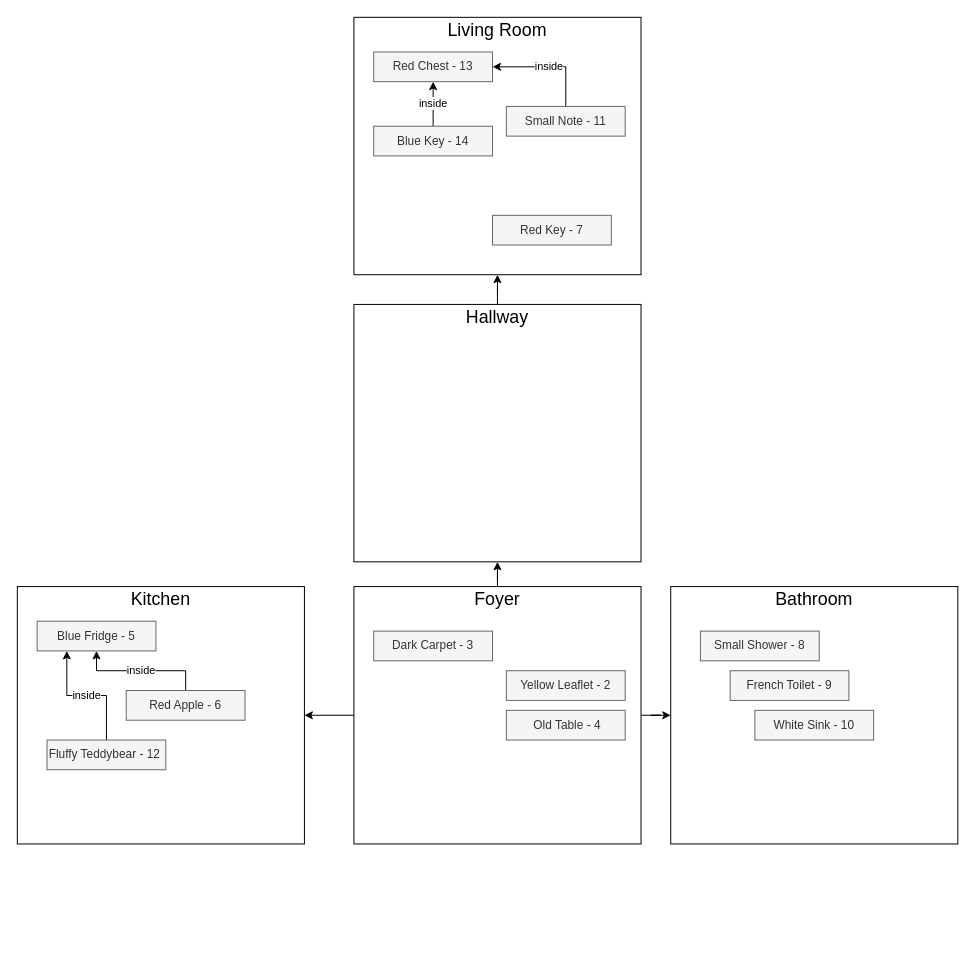
Before: ressources/Map.drawio in CribberSix/finding_earl_minigame, a draw.io diagram. Source tidied: cells renumbered, new cells numbered last; positions are measured from the earlier drawing's top-left corner, leaving out a move shared by most shapes. Both pictures are drawn from the tidied source at 99%, with x=0, y=0 at pixel (17, 17).
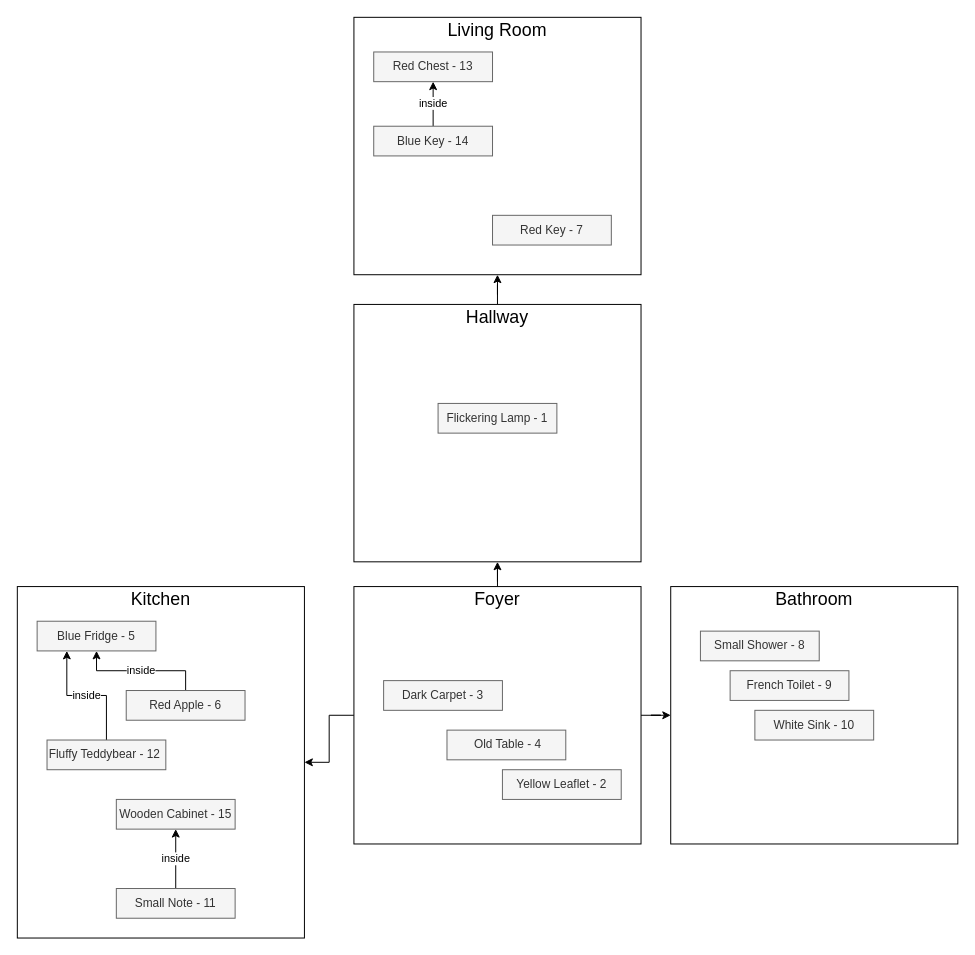
The same page after the edit.

The change refers to these unchanged cells:
```xml
<mxCell id="22" value="Red Chest - 13" style="rounded=0;whiteSpace=wrap;html=1;fillColor=#f5f5f5;strokeColor=#666666;fontColor=#333333;" parent="1" vertex="1">
  <mxGeometry x="360" y="35" width="120" height="30" as="geometry" />
</mxCell>
```

The edit, as a diff of the source:
```diff
@@
     <mxCell id="6" value="&amp;nbsp;Old Table - 4" style="rounded=0;whiteSpace=wrap;html=1;fillColor=#f5f5f5;strokeColor=#666666;fontColor=#333333;" parent="1" vertex="1">
-      <mxGeometry x="494" y="700" width="120" height="30" as="geometry" />
+      <mxGeometry x="434" y="720" width="120" height="30" as="geometry" />
     </mxCell>
@@
     <mxCell id="8" value="Dark Carpet - 3" style="rounded=0;whiteSpace=wrap;html=1;fillColor=#f5f5f5;strokeColor=#666666;fontColor=#333333;" parent="1" vertex="1">
-      <mxGeometry x="360" y="620" width="120" height="30" as="geometry" />
+      <mxGeometry x="370" y="670" width="120" height="30" as="geometry" />
     </mxCell>
     <mxCell id="9" style="rounded=0;whiteSpace=wrap;html=1;" parent="1" vertex="1">
-      <mxGeometry y="575" width="290" height="260" as="geometry" />
+      <mxGeometry y="575" width="290" height="355" as="geometry" />
     </mxCell>
@@
     <mxCell id="12" value="Yellow Leaflet - 2" style="rounded=0;whiteSpace=wrap;html=1;fillColor=#f5f5f5;strokeColor=#666666;fontColor=#333333;" parent="1" vertex="1">
-      <mxGeometry x="494" y="660" width="120" height="30" as="geometry" />
+      <mxGeometry x="490" y="760" width="120" height="30" as="geometry" />
     </mxCell>
@@
-    <mxCell id="26" value="inside" style="edgeStyle=orthogonalEdgeStyle;rounded=0;jettySize=auto;html=1;entryX=1;entryY=0.5;entryDx=0;entryDy=0;labelBackgroundColor=#ffffff;exitX=0.5;exitY=0;exitDx=0;exitDy=0;" parent="1" edge="1" source="27" target="22">
+    <mxCell id="26" value="inside" style="edgeStyle=orthogonalEdgeStyle;rounded=0;jettySize=auto;html=1;labelBackgroundColor=#ffffff;exitX=0.5;exitY=0;exitDx=0;exitDy=0;" parent="1" edge="1" source="27" target="34">
       <mxGeometry relative="1" as="geometry" />
     </mxCell>
     <mxCell id="27" value="Small Note - 11" style="rounded=0;whiteSpace=wrap;html=1;fillColor=#f5f5f5;strokeColor=#666666;fontColor=#333333;" parent="1" vertex="1">
-      <mxGeometry x="494" y="90" width="120" height="30" as="geometry" />
+      <mxGeometry x="100" y="880" width="120" height="30" as="geometry" />
     </mxCell>
@@
+    <mxCell id="33" value="Flickering Lamp - 1" style="rounded=0;whiteSpace=wrap;html=1;fillColor=#f5f5f5;strokeColor=#666666;fontColor=#333333;" parent="1" vertex="1">
+      <mxGeometry x="425" y="390" width="120" height="30" as="geometry" />
+    </mxCell>
+    <mxCell id="34" value="Wooden Cabinet - 15" style="rounded=0;whiteSpace=wrap;html=1;fillColor=#f5f5f5;strokeColor=#666666;fontColor=#333333;" parent="1" vertex="1">
+      <mxGeometry x="100" y="790" width="120" height="30" as="geometry" />
+    </mxCell>
```
